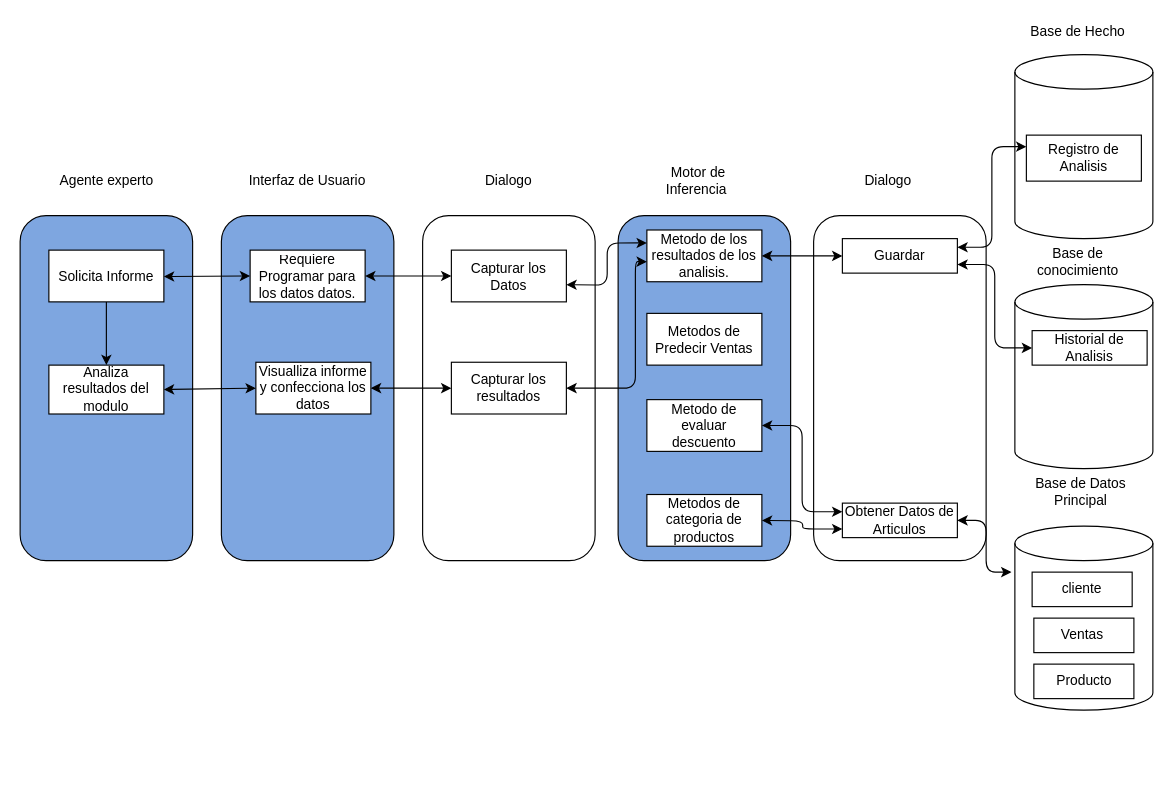
The draw.io diagram Ejercicios Principiantes/Untitled Diagram.drawio in Oliver-Luna/Python, before the edit. Source tidied: cells renumbered, new cells numbered last; positions are measured from the earlier drawing's top-left corner, leaving out a move shared by most shapes. Both pictures are drawn from the tidied source at 115%, with x=0, y=0 at pixel (-67, 20).
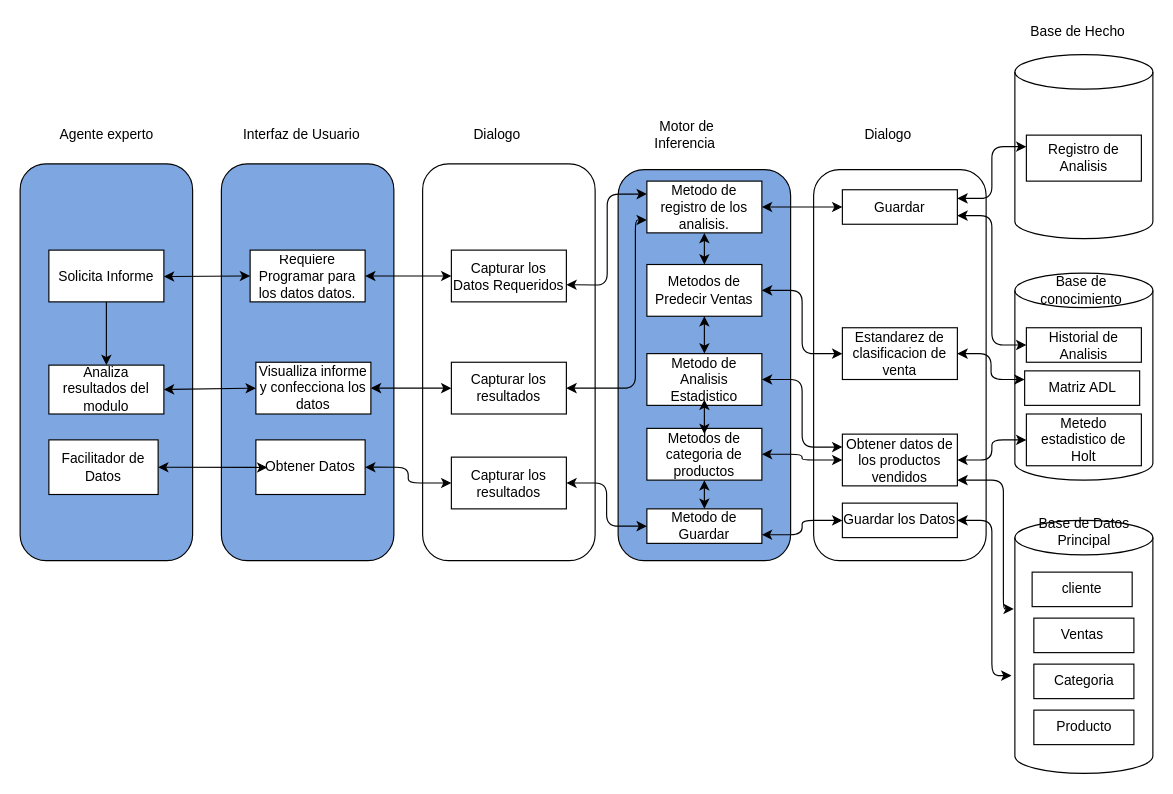
The same page after the edit.

Unchanged cells that the change refers to:
```xml
<mxCell id="18" value="Registro de Analisis" style="rounded=0;whiteSpace=wrap;html=1;" parent="1" vertex="1">
  <mxGeometry x="950" y="100" width="100" height="40" as="geometry" />
</mxCell>
```

Diff of the diagram source:
```diff
@@
     <mxCell id="3" style="rounded=1;whiteSpace=wrap;html=1;rotation=90;fillColor=#7EA6E0;" parent="1" vertex="1">
-      <mxGeometry x="175" y="245" width="300" height="150" as="geometry" />
+      <mxGeometry x="152.5" y="222.5" width="345" height="150" as="geometry" />
     </mxCell>
     <mxCell id="4" style="rounded=1;whiteSpace=wrap;html=1;rotation=90;" parent="1" vertex="1">
-      <mxGeometry x="690" y="245" width="300" height="150" as="geometry" />
+      <mxGeometry x="670" y="225" width="340" height="150" as="geometry" />
     </mxCell>
     <mxCell id="5" style="rounded=1;whiteSpace=wrap;html=1;rotation=90;fillColor=#7EA6E0;" parent="1" vertex="1">
-      <mxGeometry x="520" y="245" width="300" height="150" as="geometry" />
+      <mxGeometry x="500" y="225" width="340" height="150" as="geometry" />
     </mxCell>
     <mxCell id="6" style="rounded=1;whiteSpace=wrap;html=1;rotation=90;" parent="1" vertex="1">
-      <mxGeometry x="350" y="245" width="300" height="150" as="geometry" />
+      <mxGeometry x="327.5" y="222.5" width="345" height="150" as="geometry" />
     </mxCell>
     <mxCell id="7" style="rounded=1;whiteSpace=wrap;html=1;rotation=90;fillColor=#7EA6E0;" parent="1" vertex="1">
-      <mxGeometry y="245" width="300" height="150" as="geometry" />
+      <mxGeometry x="-22.5" y="222.5" width="345" height="150" as="geometry" />
     </mxCell>
     <mxCell id="8" value="Agente experto&lt;br&gt;" style="text;html=1;strokeColor=none;fillColor=none;align=center;verticalAlign=middle;whiteSpace=wrap;rounded=0;" parent="1" vertex="1">
-      <mxGeometry x="107.5" y="120" width="85" height="40" as="geometry" />
+      <mxGeometry x="107.5" y="80" width="85" height="40" as="geometry" />
     </mxCell>
     <mxCell id="9" value="Interfaz de Usuario" style="text;html=1;strokeColor=none;fillColor=none;align=center;verticalAlign=middle;whiteSpace=wrap;rounded=0;" parent="1" vertex="1">
-      <mxGeometry x="270" y="120" width="110" height="40" as="geometry" />
+      <mxGeometry x="265" y="80" width="110" height="40" as="geometry" />
     </mxCell>
     <mxCell id="10" value="Dialogo" style="text;html=1;strokeColor=none;fillColor=none;align=center;verticalAlign=middle;whiteSpace=wrap;rounded=0;" parent="1" vertex="1">
-      <mxGeometry x="480" y="130" width="40" height="20" as="geometry" />
+      <mxGeometry x="470" y="90" width="40" height="20" as="geometry" />
     </mxCell>
     <mxCell id="11" value="Motor de Inferencia&amp;nbsp;" style="text;html=1;strokeColor=none;fillColor=none;align=center;verticalAlign=middle;whiteSpace=wrap;rounded=0;" parent="1" vertex="1">
-      <mxGeometry x="630" y="130" width="70" height="20" as="geometry" />
+      <mxGeometry x="620" y="90" width="70" height="20" as="geometry" />
     </mxCell>
     <mxCell id="12" value="Dialogo" style="text;html=1;strokeColor=none;fillColor=none;align=center;verticalAlign=middle;whiteSpace=wrap;rounded=0;" parent="1" vertex="1">
-      <mxGeometry x="810" y="130" width="40" height="20" as="geometry" />
+      <mxGeometry x="810" y="90" width="40" height="20" as="geometry" />
     </mxCell>
@@
     <mxCell id="14" style="shape=cylinder3;whiteSpace=wrap;html=1;boundedLbl=1;backgroundOutline=1;size=15;" parent="1" vertex="1">
-      <mxGeometry x="940" y="230" width="120" height="160" as="geometry" />
+      <mxGeometry x="940" y="220" width="120" height="180" as="geometry" />
     </mxCell>
     <mxCell id="15" value="Base de conocimiento" style="text;html=1;strokeColor=none;fillColor=none;align=center;verticalAlign=middle;whiteSpace=wrap;rounded=0;" parent="1" vertex="1">
-      <mxGeometry x="955" y="200" width="80" height="20" as="geometry" />
+      <mxGeometry x="957.5" y="225" width="80" height="20" as="geometry" />
     </mxCell>
     <mxCell id="16" style="shape=cylinder3;whiteSpace=wrap;html=1;boundedLbl=1;backgroundOutline=1;size=15;" parent="1" vertex="1">
-      <mxGeometry x="940" y="440" width="120" height="160" as="geometry" />
+      <mxGeometry x="940" y="435" width="120" height="220" as="geometry" />
     </mxCell>
     <mxCell id="17" value="Base de Datos Principal" style="text;html=1;strokeColor=none;fillColor=none;align=center;verticalAlign=middle;whiteSpace=wrap;rounded=0;" parent="1" vertex="1">
-      <mxGeometry x="940" y="400" width="115" height="20" as="geometry" />
+      <mxGeometry x="942.5" y="435" width="115" height="20" as="geometry" />
     </mxCell>
@@
-    <mxCell id="20" value="Producto" style="rounded=0;whiteSpace=wrap;html=1;" parent="1" vertex="1">
+    <mxCell id="20" value="Categoria" style="rounded=0;whiteSpace=wrap;html=1;" parent="1" vertex="1">
       <mxGeometry x="956.5" y="560" width="87" height="30" as="geometry" />
     </mxCell>
@@
     <mxCell id="22" value="Guardar" style="rounded=0;whiteSpace=wrap;html=1;" parent="1" vertex="1">
-      <mxGeometry x="790" y="190" width="100" height="30" as="geometry" />
+      <mxGeometry x="790" y="147.5" width="100" height="30" as="geometry" />
     </mxCell>
-    <mxCell id="23" value="Obtener Datos de Articulos" style="rounded=0;whiteSpace=wrap;html=1;" parent="1" vertex="1">
+    <mxCell id="23" value="Guardar los Datos" style="rounded=0;whiteSpace=wrap;html=1;" parent="1" vertex="1">
       <mxGeometry x="790" y="420" width="100" height="30" as="geometry" />
     </mxCell>
     <mxCell id="24" value="Historial de Analisis" style="rounded=0;whiteSpace=wrap;html=1;" parent="1" vertex="1">
-      <mxGeometry x="955" y="270" width="100" height="30" as="geometry" />
+      <mxGeometry x="950" y="267.5" width="100" height="30" as="geometry" />
     </mxCell>
     <mxCell id="25" style="endArrow=classic;startArrow=classic;html=1;entryX=0;entryY=0.25;entryDx=0;entryDy=0;exitX=1;exitY=0.25;exitDx=0;exitDy=0;edgeStyle=orthogonalEdgeStyle;" parent="1" edge="1" source="22" target="18">
       <mxGeometry relative="1" as="geometry">
         <Array as="points">
-          <mxPoint x="920" y="198" />
+          <mxPoint x="920" y="155" />
           <mxPoint x="920" y="110" />
         </Array>
       </mxGeometry>
     </mxCell>
@@
-    <mxCell id="27" style="endArrow=classic;startArrow=classic;html=1;exitX=-0.025;exitY=0.25;exitDx=0;exitDy=0;exitPerimeter=0;edgeStyle=orthogonalEdgeStyle;" parent="1" edge="1" source="16" target="23">
-      <mxGeometry relative="1" as="geometry" />
+    <mxCell id="27" style="endArrow=classic;startArrow=classic;html=1;edgeStyle=orthogonalEdgeStyle;" parent="1" edge="1" target="23">
+      <mxGeometry relative="1" as="geometry">
+        <mxPoint x="937" y="570" as="sourcePoint" />
+        <Array as="points">
+          <mxPoint x="937" y="570" />
+          <mxPoint x="920" y="570" />
+          <mxPoint x="920" y="435" />
+        </Array>
+      </mxGeometry>
     </mxCell>
-    <mxCell id="28" value="Metodo de los resultados de los analisis." style="rounded=0;whiteSpace=wrap;html=1;" parent="1" vertex="1">
-      <mxGeometry x="620" y="182.5" width="100" height="45" as="geometry" />
+    <mxCell id="28" value="Metodo de registro de los analisis." style="rounded=0;whiteSpace=wrap;html=1;" parent="1" vertex="1">
+      <mxGeometry x="620" y="140" width="100" height="45" as="geometry" />
     </mxCell>
     <mxCell id="29" value="Metodos de Predecir Ventas" style="rounded=0;whiteSpace=wrap;html=1;" parent="1" vertex="1">
-      <mxGeometry x="620" y="255" width="100" height="45" as="geometry" />
+      <mxGeometry x="620" y="212.5" width="100" height="45" as="geometry" />
     </mxCell>
     <mxCell id="30" value="Metodos de categoria de productos" style="rounded=0;whiteSpace=wrap;html=1;" parent="1" vertex="1">
-      <mxGeometry x="620" y="412.5" width="100" height="45" as="geometry" />
+      <mxGeometry x="620" y="355" width="100" height="45" as="geometry" />
     </mxCell>
-    <mxCell id="31" value="Metodo de evaluar descuento" style="rounded=0;whiteSpace=wrap;html=1;" parent="1" vertex="1">
-      <mxGeometry x="620" y="330" width="100" height="45" as="geometry" />
+    <mxCell id="31" value="Metodo de Guardar" style="rounded=0;whiteSpace=wrap;html=1;" parent="1" vertex="1">
+      <mxGeometry x="620" y="425" width="100" height="30" as="geometry" />
     </mxCell>
@@
-    <mxCell id="33" style="endArrow=classic;startArrow=classic;html=1;entryX=0;entryY=0.75;entryDx=0;entryDy=0;edgeStyle=orthogonalEdgeStyle;" parent="1" edge="1" target="23">
-      <mxGeometry relative="1" as="geometry">
-        <mxPoint x="720" y="435" as="sourcePoint" />
-      </mxGeometry>
-    </mxCell>
-    <mxCell id="34" style="endArrow=classic;startArrow=classic;html=1;exitX=1;exitY=0.5;exitDx=0;exitDy=0;entryX=0;entryY=0.25;entryDx=0;entryDy=0;edgeStyle=orthogonalEdgeStyle;" parent="1" edge="1" source="31" target="23">
-      <mxGeometry relative="1" as="geometry" />
-    </mxCell>
-    <mxCell id="35" value="Capturar los Datos" style="rounded=0;whiteSpace=wrap;html=1;" parent="1" vertex="1">
+    <mxCell id="35" value="Capturar los Datos Requeridos" style="rounded=0;whiteSpace=wrap;html=1;" parent="1" vertex="1">
       <mxGeometry x="450" y="200" width="100" height="45" as="geometry" />
     </mxCell>
@@
-    <mxCell id="37" style="endArrow=classic;startArrow=classic;html=1;edgeStyle=orthogonalEdgeStyle;" parent="1" edge="1">
+    <mxCell id="37" style="endArrow=classic;startArrow=classic;html=1;edgeStyle=orthogonalEdgeStyle;entryX=0;entryY=0.75;entryDx=0;entryDy=0;" parent="1" edge="1" target="28">
       <mxGeometry relative="1" as="geometry">
         <mxPoint x="550" y="320" as="sourcePoint" />
-        <mxPoint x="620" y="210" as="targetPoint" />
         <Array as="points">
           <mxPoint x="610" y="320" />
-          <mxPoint x="610" y="210" />
-          <mxPoint x="620" y="210" />
+          <mxPoint x="610" y="174" />
         </Array>
       </mxGeometry>
     </mxCell>
@@
+    <mxCell id="48" value="Metodo de Analisis Estadistico" style="rounded=0;whiteSpace=wrap;html=1;" parent="1" vertex="1">
+      <mxGeometry x="620" y="290" width="100" height="45" as="geometry" />
+    </mxCell>
+    <mxCell id="49" value="Producto" style="rounded=0;whiteSpace=wrap;html=1;" parent="1" vertex="1">
+      <mxGeometry x="956.5" y="600" width="87" height="30" as="geometry" />
+    </mxCell>
+    <mxCell id="50" value="Facilitador de Datos" style="rounded=0;whiteSpace=wrap;html=1;" parent="1" vertex="1">
+      <mxGeometry x="100" y="365" width="95" height="47.5" as="geometry" />
+    </mxCell>
+    <mxCell id="51" value="Obtener Datos" style="rounded=0;whiteSpace=wrap;html=1;" parent="1" vertex="1">
+      <mxGeometry x="280" y="365" width="95" height="47.5" as="geometry" />
+    </mxCell>
+    <mxCell id="52" style="endArrow=classic;startArrow=classic;html=1;exitX=1;exitY=0.5;exitDx=0;exitDy=0;" parent="1" edge="1" source="50">
+      <mxGeometry relative="1" as="geometry">
+        <mxPoint x="290" y="389" as="targetPoint" />
+      </mxGeometry>
+    </mxCell>
+    <mxCell id="53" value="Capturar los resultados" style="rounded=0;whiteSpace=wrap;html=1;" parent="1" vertex="1">
+      <mxGeometry x="450" y="380" width="100" height="45" as="geometry" />
+    </mxCell>
+    <mxCell id="54" style="endArrow=classic;startArrow=classic;html=1;exitX=1;exitY=0.5;exitDx=0;exitDy=0;entryX=0;entryY=0.5;entryDx=0;entryDy=0;edgeStyle=orthogonalEdgeStyle;" parent="1" edge="1" source="51" target="53">
+      <mxGeometry relative="1" as="geometry" />
+    </mxCell>
+    <mxCell id="55" style="endArrow=classic;startArrow=classic;html=1;exitX=1;exitY=0.5;exitDx=0;exitDy=0;edgeStyle=orthogonalEdgeStyle;entryX=0;entryY=0.5;entryDx=0;entryDy=0;" parent="1" edge="1" source="53" target="31">
+      <mxGeometry relative="1" as="geometry" />
+    </mxCell>
+    <mxCell id="34" style="endArrow=classic;startArrow=classic;html=1;exitX=1;exitY=0.75;exitDx=0;exitDy=0;entryX=0;entryY=0.5;entryDx=0;entryDy=0;edgeStyle=orthogonalEdgeStyle;" parent="1" edge="1" source="31" target="23">
+      <mxGeometry relative="1" as="geometry" />
+    </mxCell>
+    <mxCell id="56" value="Metedo estadistico de Holt" style="rounded=0;whiteSpace=wrap;html=1;" parent="1" vertex="1">
+      <mxGeometry x="950" y="342.5" width="100" height="45" as="geometry" />
+    </mxCell>
+    <mxCell id="57" value="Obtener datos de los productos vendidos" style="rounded=0;whiteSpace=wrap;html=1;" parent="1" vertex="1">
+      <mxGeometry x="790" y="360" width="100" height="45" as="geometry" />
+    </mxCell>
+    <mxCell id="58" style="endArrow=classic;startArrow=classic;html=1;edgeStyle=orthogonalEdgeStyle;entryX=-0.008;entryY=0.35;entryDx=0;entryDy=0;entryPerimeter=0;" parent="1" edge="1" target="16">
+      <mxGeometry relative="1" as="geometry">
+        <mxPoint x="890" y="400" as="sourcePoint" />
+        <Array as="points">
+          <mxPoint x="890" y="400" />
+          <mxPoint x="930" y="400" />
+          <mxPoint x="930" y="512" />
+        </Array>
+      </mxGeometry>
+    </mxCell>
+    <mxCell id="59" style="endArrow=classic;startArrow=classic;html=1;exitX=1;exitY=0.5;exitDx=0;exitDy=0;entryX=0;entryY=0.5;entryDx=0;entryDy=0;edgeStyle=orthogonalEdgeStyle;" parent="1" edge="1" source="57" target="56">
+      <mxGeometry relative="1" as="geometry" />
+    </mxCell>
+    <mxCell id="60" style="endArrow=classic;startArrow=classic;html=1;entryX=0;entryY=0.5;entryDx=0;entryDy=0;exitX=1;exitY=0.5;exitDx=0;exitDy=0;edgeStyle=orthogonalEdgeStyle;" parent="1" edge="1" source="30" target="57">
+      <mxGeometry relative="1" as="geometry" />
+    </mxCell>
+    <mxCell id="61" style="endArrow=classic;startArrow=classic;html=1;exitX=0;exitY=0.25;exitDx=0;exitDy=0;entryX=1;entryY=0.5;entryDx=0;entryDy=0;edgeStyle=orthogonalEdgeStyle;" parent="1" edge="1" source="57" target="48">
+      <mxGeometry relative="1" as="geometry" />
+    </mxCell>
+    <mxCell id="62" value="Matriz ADL" style="rounded=0;whiteSpace=wrap;html=1;" parent="1" vertex="1">
+      <mxGeometry x="948.5" y="305" width="100" height="30" as="geometry" />
+    </mxCell>
+    <mxCell id="63" style="endArrow=classic;startArrow=classic;html=1;exitX=0.5;exitY=0;exitDx=0;exitDy=0;entryX=0.5;entryY=1;entryDx=0;entryDy=0;" parent="1" edge="1" source="29" target="28">
+      <mxGeometry relative="1" as="geometry" />
+    </mxCell>
+    <mxCell id="64" style="endArrow=classic;startArrow=classic;html=1;exitX=0.5;exitY=0;exitDx=0;exitDy=0;entryX=0.5;entryY=1;entryDx=0;entryDy=0;" parent="1" edge="1" source="48" target="29">
+      <mxGeometry relative="1" as="geometry" />
+    </mxCell>
+    <mxCell id="65" style="endArrow=classic;startArrow=classic;html=1;" parent="1" edge="1">
+      <mxGeometry relative="1" as="geometry">
+        <mxPoint x="670" y="360" as="sourcePoint" />
+        <mxPoint x="670" y="330" as="targetPoint" />
+      </mxGeometry>
+    </mxCell>
+    <mxCell id="66" style="endArrow=classic;startArrow=classic;html=1;exitX=0.5;exitY=0;exitDx=0;exitDy=0;entryX=0.5;entryY=1;entryDx=0;entryDy=0;" parent="1" edge="1" source="31" target="30">
+      <mxGeometry relative="1" as="geometry" />
+    </mxCell>
+    <mxCell id="67" value="Estandarez de clasificacion de venta" style="rounded=0;whiteSpace=wrap;html=1;" parent="1" vertex="1">
+      <mxGeometry x="790" y="267.5" width="100" height="45" as="geometry" />
+    </mxCell>
+    <mxCell id="68" style="endArrow=classic;startArrow=classic;html=1;exitX=1;exitY=0.5;exitDx=0;exitDy=0;entryX=0;entryY=0.5;entryDx=0;entryDy=0;edgeStyle=orthogonalEdgeStyle;" parent="1" edge="1" source="29" target="67">
+      <mxGeometry relative="1" as="geometry" />
+    </mxCell>
+    <mxCell id="69" style="endArrow=classic;startArrow=classic;html=1;entryX=0;entryY=0.25;entryDx=0;entryDy=0;exitX=1;exitY=0.5;exitDx=0;exitDy=0;edgeStyle=orthogonalEdgeStyle;" parent="1" edge="1" source="67" target="62">
+      <mxGeometry relative="1" as="geometry" />
+    </mxCell>
```
